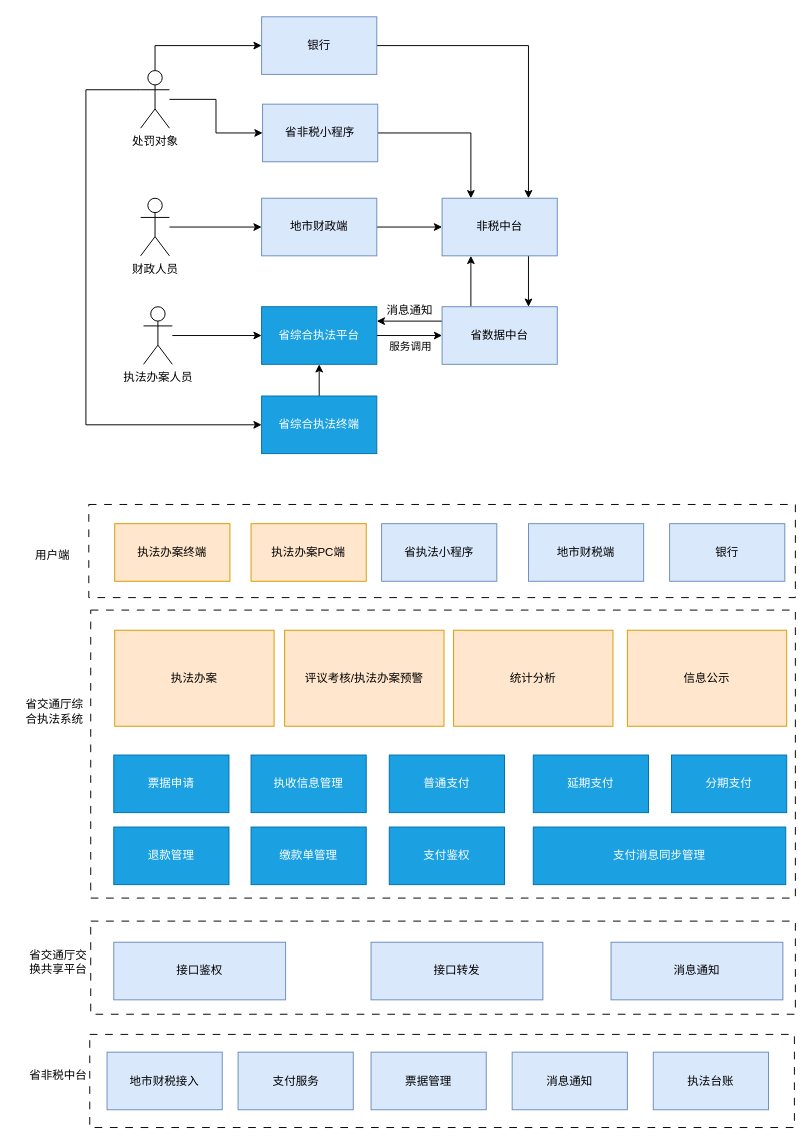
The draw.io diagram page "第 6 页" (6 of 7) of 未命名绘图.drawio in jackyliu/design, before the edit. Source tidied: cells renumbered, new cells numbered last; positions are measured from the earlier drawing's top-left corner, leaving out a move shared by most shapes. Both pictures are drawn from the tidied source at 96%, with x=0, y=0 at pixel (16, 16).
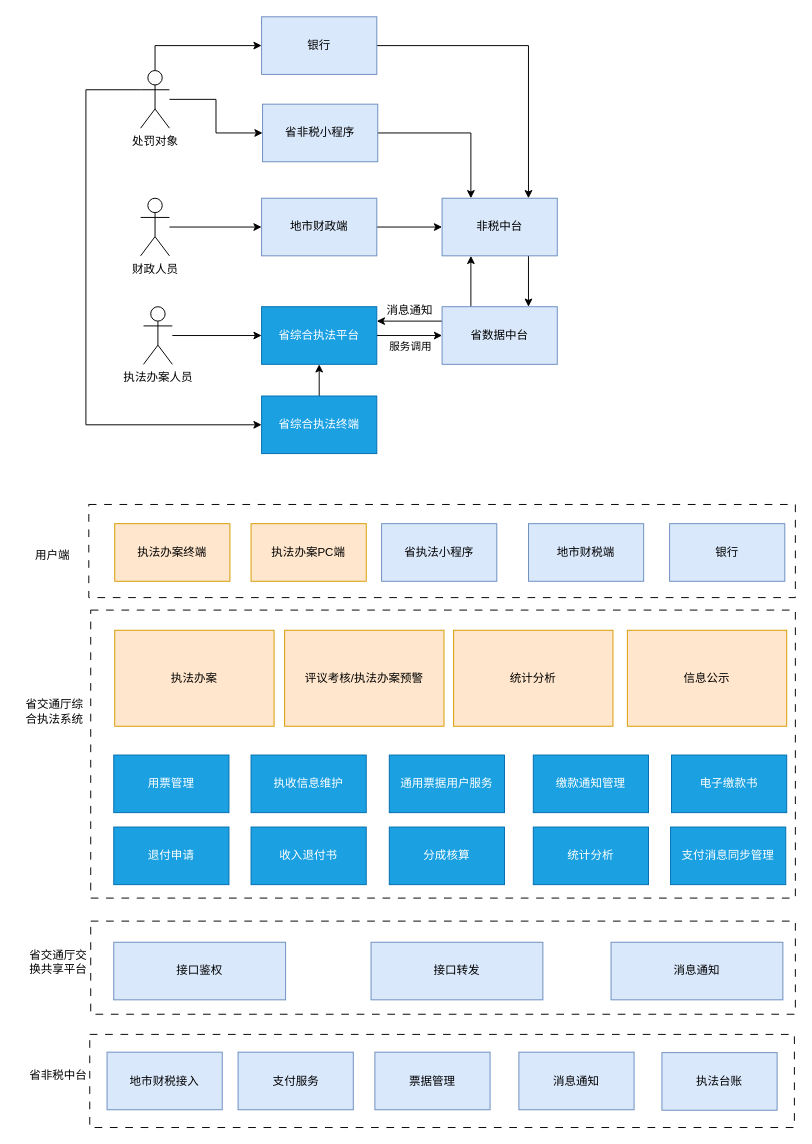
After the change.

Commit message:
更新未命名绘图.drawio

The edit, as a diff of the source:
```diff
@@
     <mxCell id="44" value="票据管理" style="rounded=0;whiteSpace=wrap;html=1;fillColor=#dae8fc;strokeColor=#6c8ebf;" parent="1" vertex="1">
-      <mxGeometry x="369" y="1078.5" width="120" height="60" as="geometry" />
+      <mxGeometry x="373" y="1078.5" width="120" height="60" as="geometry" />
     </mxCell>
     <mxCell id="45" value="消息通知" style="rounded=0;whiteSpace=wrap;html=1;fillColor=#dae8fc;strokeColor=#6c8ebf;" parent="1" vertex="1">
-      <mxGeometry x="516" y="1078.5" width="120" height="60" as="geometry" />
+      <mxGeometry x="523" y="1078.5" width="120" height="60" as="geometry" />
     </mxCell>
     <mxCell id="46" value="执法台账" style="rounded=0;whiteSpace=wrap;html=1;fillColor=#dae8fc;strokeColor=#6c8ebf;" parent="1" vertex="1">
-      <mxGeometry x="663" y="1078.5" width="120" height="60" as="geometry" />
+      <mxGeometry x="672" y="1079" width="120" height="60" as="geometry" />
     </mxCell>
@@
-    <mxCell id="50" value="票据申请" style="rounded=0;whiteSpace=wrap;html=1;fillColor=#1ba1e2;fontColor=#ffffff;strokeColor=#006EAF;" parent="1" vertex="1">
+    <mxCell id="50" value="用票管理" style="rounded=0;whiteSpace=wrap;html=1;fillColor=#1ba1e2;fontColor=#ffffff;strokeColor=#006EAF;" parent="1" vertex="1">
       <mxGeometry x="101" y="769" width="120" height="60" as="geometry" />
     </mxCell>
-    <mxCell id="51" value="执收信息管理" style="rounded=0;whiteSpace=wrap;html=1;fillColor=#1ba1e2;fontColor=#ffffff;strokeColor=#006EAF;" parent="1" vertex="1">
+    <mxCell id="51" value="执收信息维护" style="rounded=0;whiteSpace=wrap;html=1;fillColor=#1ba1e2;fontColor=#ffffff;strokeColor=#006EAF;" parent="1" vertex="1">
       <mxGeometry x="244" y="769" width="120" height="60" as="geometry" />
     </mxCell>
-    <mxCell id="52" value="普通支付" style="rounded=0;whiteSpace=wrap;html=1;fillColor=#1ba1e2;fontColor=#ffffff;strokeColor=#006EAF;" parent="1" vertex="1">
+    <mxCell id="52" value="通用票据用户服务" style="rounded=0;whiteSpace=wrap;html=1;fillColor=#1ba1e2;fontColor=#ffffff;strokeColor=#006EAF;" parent="1" vertex="1">
       <mxGeometry x="388" y="769" width="120" height="60" as="geometry" />
     </mxCell>
-    <mxCell id="53" value="延期支付" style="rounded=0;whiteSpace=wrap;html=1;fillColor=#1ba1e2;fontColor=#ffffff;strokeColor=#006EAF;" parent="1" vertex="1">
+    <mxCell id="53" value="缴款通知管理" style="rounded=0;whiteSpace=wrap;html=1;fillColor=#1ba1e2;fontColor=#ffffff;strokeColor=#006EAF;" parent="1" vertex="1">
       <mxGeometry x="538" y="769" width="120" height="60" as="geometry" />
     </mxCell>
-    <mxCell id="54" value="分期支付" style="rounded=0;whiteSpace=wrap;html=1;fillColor=#1ba1e2;fontColor=#ffffff;strokeColor=#006EAF;" parent="1" vertex="1">
+    <mxCell id="54" value="电子缴款书" style="rounded=0;whiteSpace=wrap;html=1;fillColor=#1ba1e2;fontColor=#ffffff;strokeColor=#006EAF;" parent="1" vertex="1">
       <mxGeometry x="682" y="769" width="120" height="60" as="geometry" />
     </mxCell>
-    <mxCell id="55" value="退款管理" style="rounded=0;whiteSpace=wrap;html=1;fillColor=#1ba1e2;fontColor=#ffffff;strokeColor=#006EAF;" parent="1" vertex="1">
+    <mxCell id="55" value="退付申请" style="rounded=0;whiteSpace=wrap;html=1;fillColor=#1ba1e2;fontColor=#ffffff;strokeColor=#006EAF;" parent="1" vertex="1">
       <mxGeometry x="101" y="844" width="120" height="60" as="geometry" />
     </mxCell>
-    <mxCell id="56" value="缴款单管理" style="rounded=0;whiteSpace=wrap;html=1;fillColor=#1ba1e2;fontColor=#ffffff;strokeColor=#006EAF;" parent="1" vertex="1">
+    <mxCell id="56" value="收入退付书" style="rounded=0;whiteSpace=wrap;html=1;fillColor=#1ba1e2;fontColor=#ffffff;strokeColor=#006EAF;" parent="1" vertex="1">
       <mxGeometry x="244" y="844" width="120" height="60" as="geometry" />
     </mxCell>
-    <mxCell id="57" value="支付鉴权" style="rounded=0;whiteSpace=wrap;html=1;fillColor=#1ba1e2;fontColor=#ffffff;strokeColor=#006EAF;" parent="1" vertex="1">
+    <mxCell id="57" value="分成核算" style="rounded=0;whiteSpace=wrap;html=1;fillColor=#1ba1e2;fontColor=#ffffff;strokeColor=#006EAF;" parent="1" vertex="1">
       <mxGeometry x="388" y="844" width="120" height="60" as="geometry" />
     </mxCell>
     <mxCell id="58" value="支付消息同步管理" style="rounded=0;whiteSpace=wrap;html=1;fillColor=#1ba1e2;fontColor=#ffffff;strokeColor=#006EAF;" parent="1" vertex="1">
-      <mxGeometry x="538" y="844" width="263" height="60" as="geometry" />
+      <mxGeometry x="681" y="844" width="120" height="60" as="geometry" />
     </mxCell>
@@
+    <mxCell id="61" value="统计分析" style="rounded=0;whiteSpace=wrap;html=1;fillColor=#1ba1e2;fontColor=#ffffff;strokeColor=#006EAF;" parent="1" vertex="1">
+      <mxGeometry x="538" y="844" width="120" height="60" as="geometry" />
+    </mxCell>
```
